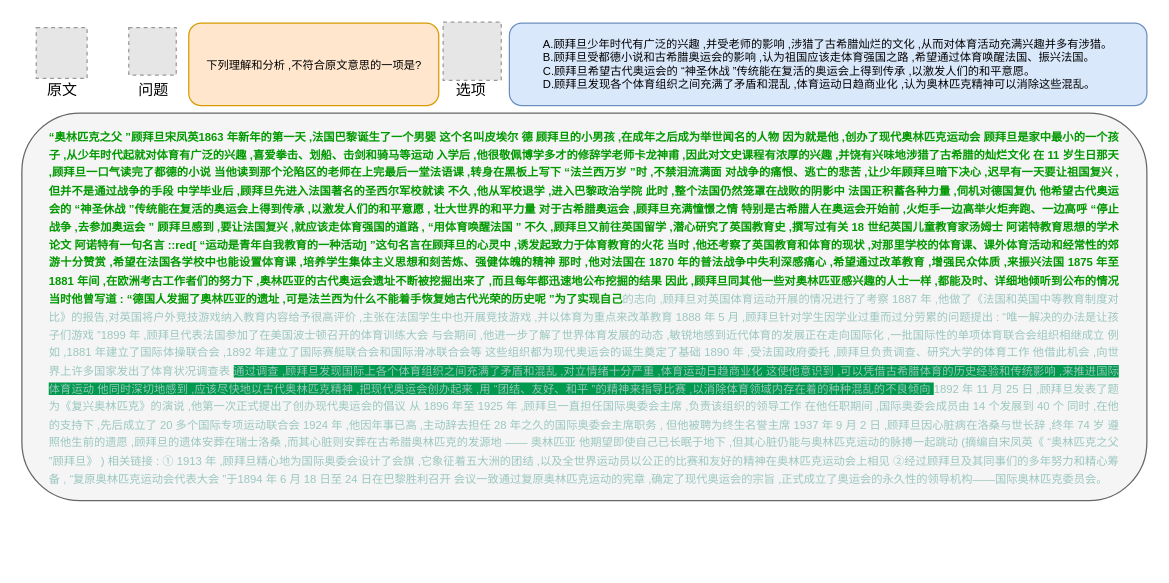
This is page "样例" (15 of 15) of research.drawio from Asimok/draw, a draw.io file, before an edit. Source tidied: cells renumbered, new cells numbered last; positions are measured from the earlier drawing's top-left corner, leaving out a move shared by most shapes. Both pictures are drawn from the tidied source at 125%, with x=0, y=0 at pixel (21, 21). Pictures stored in the file or linked from it are replaced by grey dashed boxes.
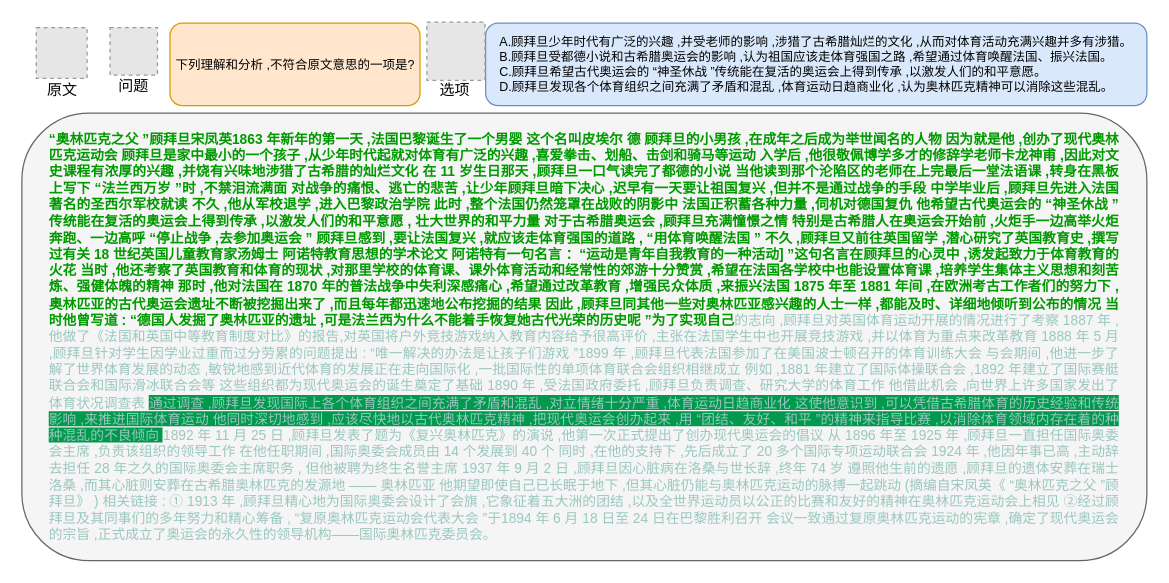
After the change.

Change to the diagram source:
```diff
@@
 <mxGraphModel>
   <root>
     <mxCell id="0" />
     <mxCell id="1" parent="0" />
-    <mxCell id="2" value="&lt;div style=&quot;text-align: justify;&quot;&gt;&lt;font style=&quot;font-size: 9px;&quot;&gt;&lt;b&gt;&lt;font color=&quot;#009900&quot;&gt;“奥林匹克之父 ”顾拜旦宋凤英1863 年新年的第一天 ,法国巴黎诞生了一个男婴 这个名叫皮埃尔 德 顾拜旦的小男孩 ,在成年之后成为举世闻名的人物 因为就是他 ,创办了现代奥林匹克运动会 顾拜旦是家中最小的一个孩子 ,从少年时代起就对体育有广泛的兴趣 ,喜爱拳击、划船、击剑和骑马等运动 入学后 ,他很敬佩博学多才的修辞学老师卡龙神甫 ,因此对文史课程有浓厚的兴趣 ,并饶有兴味地涉猎了古希腊的灿烂文化 在 11 岁生日那天 ,顾拜旦一口气读完了都德的小说 当他读到那个沦陷区的老师在上完最后一堂法语课 ,转身在黑板上写下 “法兰西万岁 ”时 ,不禁泪流满面 对战争的痛恨、逃亡的悲苦 ,让少年顾拜旦暗下决心 ,迟早有一天要让祖国复兴 ,但并不是通过战争的手段 中学毕业后 ,顾拜旦先进入法国著名的圣西尔军校就读 不久 ,他从军校退学 ,进入巴黎政治学院 此时 ,整个法国仍然笼罩在战败的阴影中 法国正积蓄各种力量 ,伺机对德国复仇 他希望古代奥运会的 “神圣休战 ”传统能在复活的奥运会上得到传承 ,以激发人们的和平意愿 , 壮大世界的和平力量 对于古希腊奥运会 ,顾拜旦充满憧憬之情 特别是古希腊人在奥运会开始前 ,火炬手一边高举火炬奔跑、一边高呼 “停止战争 ,去参加奥运会 ” 顾拜旦感到 ,要让法国复兴 ,就应该走体育强国的道路 , “用体育唤醒法国 ” 不久 ,顾拜旦又前往英国留学 ,潜心研究了英国教育史 ,撰写过有关 18 世纪英国儿童教育家汤姆士 阿诺特教育思想的学术论文 阿诺特有一句名言 ::red[ “运动是青年自我教育的一种活动] ”这句名言在顾拜旦的心灵中 ,诱发起致力于体育教育的火花 当时 ,他还考察了英国教育和体育的现状 ,对那里学校的体育课、课外体育活动和经常性的郊游十分赞赏 ,希望在法国各学校中也能设置体育课 ,培养学生集体主义思想和刻苦炼、强健体魄的精神 那时 ,他对法国在 1870 年的普法战争中失利深感痛心 ,希望通过改革教育 ,增强民众体质 ,来振兴法国 1875 年至 1881 年间 ,在欧洲考古工作者们的努力下 ,奥林匹亚的古代奥运会遗址不断被挖掘出来了 ,而且每年都迅速地公布挖掘的结果 因此 ,顾拜旦同其他一些对奥林匹亚感兴趣的人士一样 ,都能及时、详细地倾听到公布的情况 当时他曾写道 : “德国人发掘了奥林匹亚的遗址 ,可是法兰西为什么不能着手恢复她古代光荣的历史呢 ”为了实现自己&lt;/font&gt;&lt;/b&gt;&lt;font color=&quot;#9ac7bf&quot;&gt;的志向 ,顾拜旦对英国体育运动开展的情况进行了考察 1887 年 ,他做了《法国和英国中等教育制度对比》的报告,对英国将户外竞技游戏纳入教育内容给予很高评价 ,主张在法国学生中也开展竞技游戏 ,并以体育为重点来改革教育 1888 年 5 月 ,顾拜旦针对学生因学业过重而过分劳累的问题提出 : “唯一解决的办法是让孩子们游戏 ”1899 年 ,顾拜旦代表法国参加了在美国波士顿召开的体育训练大会 与会期间 ,他进一步了解了世界体育发展的动态 ,敏锐地感到近代体育的发展正在走向国际化 ,一批国际性的单项体育联合会组织相继成立 例如 ,1881 年建立了国际体操联合会 ,1892 年建立了国际赛艇联合会和国际滑冰联合会等 这些组织都为现代奥运会的诞生奠定了基础 1890 年 ,受法国政府委托 ,顾拜旦负责调查、研究大学的体育工作 他借此机会 ,向世界上许多国家发出了体育状况调查表 &lt;span style=&quot;background-color: rgb(0, 153, 77);&quot;&gt;通过调查 ,顾拜旦发现国际上各个体育组织之间充满了矛盾和混乱 ,对立情绪十分严重 ,体育运动日趋商业化 这使他意识到 ,可以凭借古希腊体育的历史经验和传统影响 ,来推进国际体育运动 他同时深切地感到 ,应该尽快地以古代奥林匹克精神 ,把现代奥运会创办起来 ,用 “团结、友好、和平 ”的精神来指导比赛 ,以消除体育领域内存在着的种种混乱的不良倾向 &lt;/span&gt;1892 年 11 月 25 日 ,顾拜旦发表了题为《复兴奥林匹克》的演说 ,他第一次正式提出了创办现代奥运会的倡议 从 1896 年至 1925 年 ,顾拜旦一直担任国际奥委会主席 ,负责该组织的领导工作 在他任职期间 ,国际奥委会成员由 14 个发展到 40 个 同时 ,在他的支持下 ,先后成立了 20 多个国际专项运动联合会 1924 年 ,他因年事已高 ,主动辞去担任 28 年之久的国际奥委会主席职务 , 但他被聘为终生名誉主席 1937 年 9 月 2 日 ,顾拜旦因心脏病在洛桑与世长辞 ,终年 74 岁 遵照他生前的遗愿 ,顾拜旦的遗体安葬在瑞士洛桑 ,而其心脏则安葬在古希腊奥林匹克的发源地 —— 奥林匹亚 他期望即使自己已长眠于地下 ,但其心脏仍能与奥林匹克运动的脉搏一起跳动 (摘编自宋凤英《 “奥林匹克之父 ”顾拜旦》 ) 相关链接 : ① 1913 年 ,顾拜旦精心地为国际奥委会设计了会旗 ,它象征着五大洲的团结 ,以及全世界运动员以公正的比赛和友好的精神在奥林匹克运动会上相见 ②经过顾拜旦及其同事们的多年努力和精心筹备 , “复原奥林匹克运动会代表大会 ”于1894 年 6 月 18 日至 24 日在巴黎胜利召开 会议一致通过复原奥林匹克运动的宪章 ,确定了现代奥运会的宗旨 ,正式成立了奥运会的永久性的领导机构——国际奥林匹克委员会。&lt;/font&gt;&lt;/font&gt;&lt;br&gt;&lt;/div&gt;" style="rounded=1;whiteSpace=wrap;html=1;spacingLeft=5;spacingRight=5;fillColor=#f5f5f5;strokeColor=#666666;spacing=18;spacingBottom=5;spacingTop=5;fontColor=#333333;" parent="1" vertex="1">
-      <mxGeometry y="73" width="900" height="310" as="geometry" />
+    <mxCell id="2" value="&lt;div style=&quot;text-align: justify; font-size: 11px;&quot;&gt;&lt;font style=&quot;font-size: 11px;&quot;&gt;&lt;b&gt;&lt;font style=&quot;font-size: 11px;&quot; color=&quot;#009900&quot;&gt;“奥林匹克之父 ”顾拜旦宋凤英1863 年新年的第一天 ,法国巴黎诞生了一个男婴 这个名叫皮埃尔 德 顾拜旦的小男孩 ,在成年之后成为举世闻名的人物 因为就是他 ,创办了现代奥林匹克运动会 顾拜旦是家中最小的一个孩子 ,从少年时代起就对体育有广泛的兴趣 ,喜爱拳击、划船、击剑和骑马等运动 入学后 ,他很敬佩博学多才的修辞学老师卡龙神甫 ,因此对文史课程有浓厚的兴趣 ,并饶有兴味地涉猎了古希腊的灿烂文化 在 11 岁生日那天 ,顾拜旦一口气读完了都德的小说 当他读到那个沦陷区的老师在上完最后一堂法语课 ,转身在黑板上写下 “法兰西万岁 ”时 ,不禁泪流满面 对战争的痛恨、逃亡的悲苦 ,让少年顾拜旦暗下决心 ,迟早有一天要让祖国复兴 ,但并不是通过战争的手段 中学毕业后 ,顾拜旦先进入法国著名的圣西尔军校就读 不久 ,他从军校退学 ,进入巴黎政治学院 此时 ,整个法国仍然笼罩在战败的阴影中 法国正积蓄各种力量 ,伺机对德国复仇 他希望古代奥运会的 “神圣休战 ”传统能在复活的奥运会上得到传承 ,以激发人们的和平意愿 , 壮大世界的和平力量 对于古希腊奥运会 ,顾拜旦充满憧憬之情 特别是古希腊人在奥运会开始前 ,火炬手一边高举火炬奔跑、一边高呼 “停止战争 ,去参加奥运会 ” 顾拜旦感到 ,要让法国复兴 ,就应该走体育强国的道路 , “用体育唤醒法国 ” 不久 ,顾拜旦又前往英国留学 ,潜心研究了英国教育史 ,撰写过有关 18 世纪英国儿童教育家汤姆士 阿诺特教育思想的学术论文 阿诺特有一句名言 ：“运动是青年自我教育的一种活动] ”这句名言在顾拜旦的心灵中 ,诱发起致力于体育教育的火花 当时 ,他还考察了英国教育和体育的现状 ,对那里学校的体育课、课外体育活动和经常性的郊游十分赞赏 ,希望在法国各学校中也能设置体育课 ,培养学生集体主义思想和刻苦炼、强健体魄的精神 那时 ,他对法国在 1870 年的普法战争中失利深感痛心 ,希望通过改革教育 ,增强民众体质 ,来振兴法国 1875 年至 1881 年间 ,在欧洲考古工作者们的努力下 ,奥林匹亚的古代奥运会遗址不断被挖掘出来了 ,而且每年都迅速地公布挖掘的结果 因此 ,顾拜旦同其他一些对奥林匹亚感兴趣的人士一样 ,都能及时、详细地倾听到公布的情况 当时他曾写道 : “德国人发掘了奥林匹亚的遗址 ,可是法兰西为什么不能着手恢复她古代光荣的历史呢 ”为了实现自己&lt;/font&gt;&lt;/b&gt;&lt;font style=&quot;font-size: 11px;&quot; color=&quot;#9ac7bf&quot;&gt;的志向 ,顾拜旦对英国体育运动开展的情况进行了考察 1887 年 ,他做了《法国和英国中等教育制度对比》的报告,对英国将户外竞技游戏纳入教育内容给予很高评价 ,主张在法国学生中也开展竞技游戏 ,并以体育为重点来改革教育 1888 年 5 月 ,顾拜旦针对学生因学业过重而过分劳累的问题提出 : “唯一解决的办法是让孩子们游戏 ”1899 年 ,顾拜旦代表法国参加了在美国波士顿召开的体育训练大会 与会期间 ,他进一步了解了世界体育发展的动态 ,敏锐地感到近代体育的发展正在走向国际化 ,一批国际性的单项体育联合会组织相继成立 例如 ,1881 年建立了国际体操联合会 ,1892 年建立了国际赛艇联合会和国际滑冰联合会等 这些组织都为现代奥运会的诞生奠定了基础 1890 年 ,受法国政府委托 ,顾拜旦负责调查、研究大学的体育工作 他借此机会 ,向世界上许多国家发出了体育状况调查表 &lt;span style=&quot;background-color: rgb(0, 153, 77);&quot;&gt;通过调查 ,顾拜旦发现国际上各个体育组织之间充满了矛盾和混乱 ,对立情绪十分严重 ,体育运动日趋商业化 这使他意识到 ,可以凭借古希腊体育的历史经验和传统影响 ,来推进国际体育运动 他同时深切地感到 ,应该尽快地以古代奥林匹克精神 ,把现代奥运会创办起来 ,用 “团结、友好、和平 ”的精神来指导比赛 ,以消除体育领域内存在着的种种混乱的不良倾向 &lt;/span&gt;1892 年 11 月 25 日 ,顾拜旦发表了题为《复兴奥林匹克》的演说 ,他第一次正式提出了创办现代奥运会的倡议 从 1896 年至 1925 年 ,顾拜旦一直担任国际奥委会主席 ,负责该组织的领导工作 在他任职期间 ,国际奥委会成员由 14 个发展到 40 个 同时 ,在他的支持下 ,先后成立了 20 多个国际专项运动联合会 1924 年 ,他因年事已高 ,主动辞去担任 28 年之久的国际奥委会主席职务 , 但他被聘为终生名誉主席 1937 年 9 月 2 日 ,顾拜旦因心脏病在洛桑与世长辞 ,终年 74 岁 遵照他生前的遗愿 ,顾拜旦的遗体安葬在瑞士洛桑 ,而其心脏则安葬在古希腊奥林匹克的发源地 —— 奥林匹亚 他期望即使自己已长眠于地下 ,但其心脏仍能与奥林匹克运动的脉搏一起跳动 (摘编自宋凤英《 “奥林匹克之父 ”顾拜旦》 ) 相关链接 : ① 1913 年 ,顾拜旦精心地为国际奥委会设计了会旗 ,它象征着五大洲的团结 ,以及全世界运动员以公正的比赛和友好的精神在奥林匹克运动会上相见 ②经过顾拜旦及其同事们的多年努力和精心筹备 , “复原奥林匹克运动会代表大会 ”于1894 年 6 月 18 日至 24 日在巴黎胜利召开 会议一致通过复原奥林匹克运动的宪章 ,确定了现代奥运会的宗旨 ,正式成立了奥运会的永久性的领导机构——国际奥林匹克委员会。&lt;/font&gt;&lt;/font&gt;&lt;br&gt;&lt;/div&gt;" style="rounded=1;whiteSpace=wrap;html=1;spacingLeft=5;spacingRight=5;fillColor=#f5f5f5;strokeColor=#666666;spacing=18;spacingBottom=5;spacingTop=5;fontColor=#333333;" parent="1" vertex="1">
+      <mxGeometry y="73" width="900" height="358" as="geometry" />
     </mxCell>
     <mxCell id="3" value="原文" style="text;html=1;align=center;verticalAlign=middle;strokeColor=none;fillColor=none;" parent="1" vertex="1">
       <mxGeometry x="6.9" y="40" width="50" height="30" as="geometry" />
     </mxCell>
-    <mxCell id="4" value="&lt;font style=&quot;font-size: 9px;&quot;&gt;下列理解和分析 ,不符合原文意思的一项是?&lt;/font&gt;" style="rounded=1;whiteSpace=wrap;html=1;fillColor=#ffe6cc;strokeColor=#d79b00;" parent="1" vertex="1">
-      <mxGeometry x="133.5" y="1" width="200" height="66" as="geometry" />
+    <mxCell id="4" value="&lt;font style=&quot;font-size: 10px;&quot;&gt;下列理解和分析 ,不符合原文意思的一项是?&lt;/font&gt;" style="rounded=1;whiteSpace=wrap;html=1;fillColor=#ffe6cc;strokeColor=#d79b00;" parent="1" vertex="1">
+      <mxGeometry x="118.5" y="1" width="200" height="66" as="geometry" />
     </mxCell>
-    <mxCell id="5" value="&lt;div style=&quot;text-align: justify; font-size: 9px;&quot;&gt;&lt;font style=&quot;font-size: 9px;&quot;&gt;A.顾拜旦少年时代有广泛的兴趣 ,并受老师的影响 ,涉猎了古希腊灿烂的文化 ,从而对体育活动充满兴趣并多有涉猎。&lt;/font&gt;&lt;/div&gt;&lt;div style=&quot;text-align: justify; font-size: 9px;&quot;&gt;&lt;font style=&quot;font-size: 9px;&quot;&gt;B.顾拜旦受都德小说和古希腊奥运会的影响 ,认为祖国应该走体育强国之路 ,希望通过体育唤醒法国、振兴法国。&lt;/font&gt;&lt;/div&gt;&lt;div style=&quot;text-align: justify; font-size: 9px;&quot;&gt;&lt;font style=&quot;font-size: 9px;&quot;&gt;C.顾拜旦希望古代奥运会的 “神圣休战 ”传统能在复活的奥运会上得到传承 ,以激发人们的和平意愿。&lt;/font&gt;&lt;/div&gt;&lt;div style=&quot;text-align: justify; font-size: 9px;&quot;&gt;&lt;font style=&quot;font-size: 9px;&quot;&gt;D.顾拜旦发现各个体育组织之间充满了矛盾和混乱 ,体育运动日趋商业化 ,认为奥林匹克精神可以消除这些混乱。&lt;/font&gt;&lt;/div&gt;" style="rounded=1;whiteSpace=wrap;html=1;spacingTop=0;fillColor=#dae8fc;strokeColor=#6c8ebf;" parent="1" vertex="1">
-      <mxGeometry x="390" y="1" width="510" height="66" as="geometry" />
+    <mxCell id="5" value="&lt;div style=&quot;text-align: justify; font-size: 10px;&quot;&gt;&lt;font style=&quot;font-size: 10px;&quot;&gt;A.顾拜旦少年时代有广泛的兴趣 ,并受老师的影响 ,涉猎了古希腊灿烂的文化 ,从而对体育活动充满兴趣并多有涉猎。&lt;/font&gt;&lt;/div&gt;&lt;div style=&quot;text-align: justify; font-size: 10px;&quot;&gt;&lt;font style=&quot;font-size: 10px;&quot;&gt;B.顾拜旦受都德小说和古希腊奥运会的影响 ,认为祖国应该走体育强国之路 ,希望通过体育唤醒法国、振兴法国。&lt;/font&gt;&lt;/div&gt;&lt;div style=&quot;text-align: justify; font-size: 10px;&quot;&gt;&lt;font style=&quot;font-size: 10px;&quot;&gt;C.顾拜旦希望古代奥运会的 “神圣休战 ”传统能在复活的奥运会上得到传承 ,以激发人们的和平意愿。&lt;/font&gt;&lt;/div&gt;&lt;div style=&quot;text-align: justify; font-size: 10px;&quot;&gt;&lt;font style=&quot;font-size: 10px;&quot;&gt;D.顾拜旦发现各个体育组织之间充满了矛盾和混乱 ,体育运动日趋商业化 ,认为奥林匹克精神可以消除这些混乱。&lt;/font&gt;&lt;/div&gt;" style="rounded=1;whiteSpace=wrap;html=1;spacingTop=0;fillColor=#dae8fc;strokeColor=#6c8ebf;" parent="1" vertex="1">
+      <mxGeometry x="371" y="1" width="529" height="66" as="geometry" />
     </mxCell>
     <mxCell id="6" value="问题" style="text;html=1;align=center;verticalAlign=middle;strokeColor=none;fillColor=none;" parent="1" vertex="1">
-      <mxGeometry x="79.5" y="40" width="50" height="30" as="geometry" />
+      <mxGeometry x="63.5" y="37" width="50" height="30" as="geometry" />
     </mxCell>
     <mxCell id="7" value="选项" style="text;html=1;align=center;verticalAlign=middle;strokeColor=none;fillColor=none;" parent="1" vertex="1">
-      <mxGeometry x="333.5" y="40" width="50" height="30" as="geometry" />
+      <mxGeometry x="320.5" y="40" width="50" height="30" as="geometry" />
     </mxCell>
     <mxCell id="8" style="fillColor=#E6E6E6;strokeColor=#999999;dashed=1;verticalLabelPosition=bottom;labelBackgroundColor=default;verticalAlign=top;" parent="1" vertex="1">
-      <mxGeometry x="85.5" y="4.5" width="38" height="38" as="geometry" />
+      <mxGeometry x="70.5" y="4.5" width="38" height="38" as="geometry" />
     </mxCell>
     <mxCell id="9" style="fillColor=#E6E6E6;strokeColor=#999999;dashed=1;verticalLabelPosition=bottom;labelBackgroundColor=default;verticalAlign=top;" parent="1" vertex="1">
-      <mxGeometry x="337" y="0.2" width="46.5" height="46.5" as="geometry" />
+      <mxGeometry x="324" y="0.2" width="46.5" height="46.5" as="geometry" />
     </mxCell>
     <mxCell id="10" style="fillColor=#E6E6E6;strokeColor=#999999;dashed=1;verticalLabelPosition=bottom;labelBackgroundColor=default;verticalAlign=top;" parent="1" vertex="1">
       <mxGeometry x="11.5" y="4.5" width="40.7" height="40.7" as="geometry" />
     </mxCell>
   </root>
 </mxGraphModel>
```
